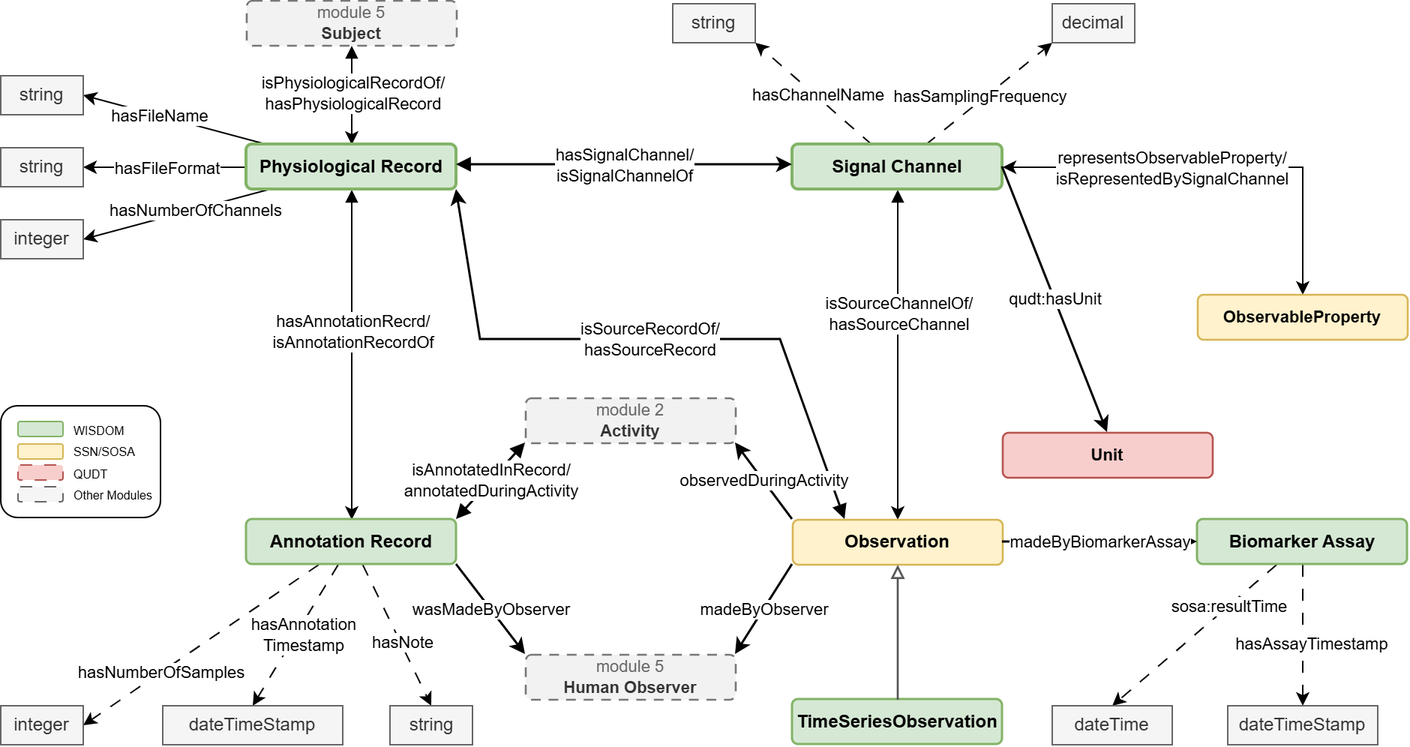
This is OntologyDiagramms/Module6_recordings.png from BurbachS/WISDOM, a draw.io export, as it was before one commit. Source tidied: cells renumbered, new cells last; positions are measured from the earlier drawing's top-left corner, leaving out a move shared by most shapes.
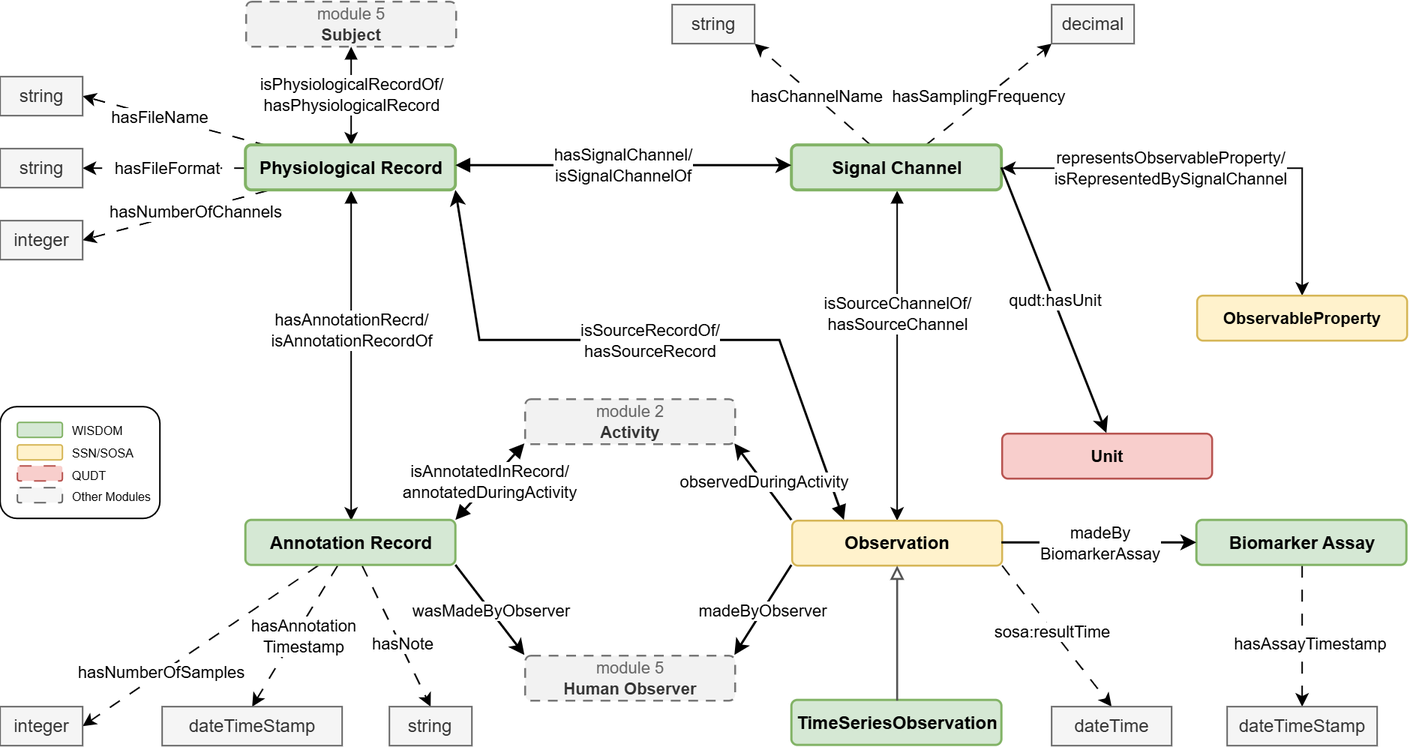
The same diagram one commit later.

Diff of the diagram source:
```diff
@@ -17,13 +17,13 @@
     <mxCell id="6" value="hasAnnotationRecrd/&lt;div&gt;isAnnotationRecordOf&lt;/div&gt;" style="edgeLabel;html=1;align=center;verticalAlign=middle;" parent="5" vertex="1">
       <mxGeometry x="-0.15" relative="1" as="geometry" />
     </mxCell>
-    <mxCell id="7" style="rounded=0;jettySize=auto;html=1;entryX=1;entryY=0.5;entryDx=0;entryDy=0;" parent="1" edge="1" source="13" target="56">
+    <mxCell id="7" style="rounded=0;jettySize=auto;html=1;entryX=1;entryY=0.5;entryDx=0;entryDy=0;dashed=1;dashPattern=8 8;" parent="1" edge="1" source="13" target="56">
       <mxGeometry relative="1" as="geometry" />
     </mxCell>
     <mxCell id="8" value="hasFileName" style="edgeLabel;html=1;align=center;verticalAlign=middle;" parent="7" vertex="1">
       <mxGeometry x="0.17" relative="1" as="geometry" />
     </mxCell>
-    <mxCell id="9" style="rounded=0;jettySize=auto;html=1;entryX=1;entryY=0.5;entryDx=0;entryDy=0;" parent="1" edge="1" source="13" target="57">
+    <mxCell id="9" style="rounded=0;jettySize=auto;html=1;entryX=1;entryY=0.5;entryDx=0;entryDy=0;dashed=1;dashPattern=8 8;" parent="1" edge="1" source="13" target="57">
       <mxGeometry relative="1" as="geometry" />
     </mxCell>
     <mxCell id="10" value="hasFileFormat" style="edgeLabel;html=1;align=center;verticalAlign=middle;" parent="9" vertex="1">
@@ -31,7 +31,7 @@
         <mxPoint x="20" y="-1" as="offset" />
       </mxGeometry>
     </mxCell>
-    <mxCell id="11" style="rounded=0;jettySize=auto;html=1;entryX=1;entryY=0.5;entryDx=0;entryDy=0;" parent="1" edge="1" source="13" target="58">
+    <mxCell id="11" style="rounded=0;jettySize=auto;html=1;entryX=1;entryY=0.5;entryDx=0;entryDy=0;dashed=1;dashPattern=8 8;" parent="1" edge="1" source="13" target="58">
       <mxGeometry relative="1" as="geometry" />
     </mxCell>
     <mxCell id="12" value="hasNumberOfChannels" style="edgeLabel;html=1;align=center;verticalAlign=middle;" parent="11" vertex="1">
@@ -116,12 +116,12 @@
     <mxCell id="35" value="&lt;span&gt;TimeSeriesObservation&lt;/span&gt;" style="shape=rectangle;rounded=1;absoluteArcSize=1;arcSize=8;whiteSpace=wrap;html=1;align=center;verticalAlign=middle;fillColor=#d5e8d4;strokeColor=#82b366;strokeWidth=1.5;fontSize=12;spacing=5;fontStyle=1;" parent="1" vertex="1">
       <mxGeometry x="528" y="466" width="140" height="30" as="geometry" />
     </mxCell>
-    <mxCell id="36" style="rounded=0;jettySize=auto;html=1;entryX=0.5;entryY=0;entryDx=0;entryDy=0;dashed=1;dashPattern=8 8;" parent="1" edge="1" source="40" target="55">
+    <mxCell id="36" style="rounded=0;jettySize=auto;html=1;entryX=0.5;entryY=0;entryDx=0;entryDy=0;dashed=1;dashPattern=8 8;exitX=1;exitY=1;exitDx=0;exitDy=0;" parent="1" edge="1" source="32" target="55">
       <mxGeometry relative="1" as="geometry" />
     </mxCell>
     <mxCell id="37" value="sosa:resultTime" style="edgeLabel;html=1;align=center;verticalAlign=middle;" parent="36" vertex="1">
       <mxGeometry x="-0.12" relative="1" as="geometry">
-        <mxPoint x="16" y="-14" as="offset" />
+        <mxPoint x="1" y="3" as="offset" />
       </mxGeometry>
     </mxCell>
     <mxCell id="38" style="rounded=0;jettySize=auto;html=1;dashed=1;dashPattern=8 8;" parent="1" edge="1" source="40" target="50">
@@ -158,7 +158,7 @@
     <mxCell id="46" value="&lt;span style=&quot;color: rgb(0, 0, 0);&quot;&gt;&lt;font style=&quot;font-size: 11px;&quot;&gt;madeByObserver&lt;/font&gt;&lt;/span&gt;" style="edgeStyle=none;rounded=0;html=1;strokeColor=#000000;strokeWidth=1.5;endArrow=classic;endFill=1;fontSize=9;fontColor=#0B4F7A;labelBackgroundColor=#FFFFFF;exitX=0;exitY=1;entryX=1;entryY=0;entryDx=0;entryDy=0;exitDx=0;exitDy=0;" parent="1" edge="1" source="32" target="34">
       <mxGeometry relative="1" as="geometry" />
     </mxCell>
-    <mxCell id="47" value="&lt;span style=&quot;color: rgb(0, 0, 0);&quot;&gt;&lt;font style=&quot;font-size: 11px;&quot;&gt;madeByBiomarkerAssay&lt;/font&gt;&lt;/span&gt;" style="edgeStyle=none;rounded=0;html=1;strokeColor=#000000;strokeWidth=1.5;endArrow=classic;endFill=1;fontSize=9;fontColor=#0B4F7A;labelBackgroundColor=#FFFFFF;exitX=1;exitY=0.5;entryX=0;entryY=0.5;exitDx=0;exitDy=0;entryDx=0;entryDy=0;" parent="1" edge="1" source="32" target="40">
+    <mxCell id="47" value="&lt;span style=&quot;color: rgb(0, 0, 0);&quot;&gt;&lt;font style=&quot;font-size: 11px;&quot;&gt;madeBy&lt;/font&gt;&lt;/span&gt;&lt;div&gt;&lt;span style=&quot;color: rgb(0, 0, 0);&quot;&gt;&lt;font style=&quot;font-size: 11px;&quot;&gt;BiomarkerAssay&lt;/font&gt;&lt;/span&gt;&lt;/div&gt;" style="edgeStyle=none;rounded=0;html=1;strokeColor=#000000;strokeWidth=1.5;endArrow=classic;endFill=1;fontSize=9;fontColor=#0B4F7A;labelBackgroundColor=#FFFFFF;exitX=1;exitY=0.5;entryX=0;entryY=0.5;exitDx=0;exitDy=0;entryDx=0;entryDy=0;" parent="1" edge="1" source="32" target="40">
       <mxGeometry x="0.01" relative="1" as="geometry" />
     </mxCell>
     <mxCell id="48" value="&lt;span style=&quot;color: light-dark(rgb(0, 0, 0), rgb(130, 189, 226));&quot;&gt;&lt;font style=&quot;font-size: 11px;&quot;&gt;isAnnotatedInRecord&lt;span style=&quot;background-color: light-dark(rgb(255, 255, 255), rgb(18, 18, 18));&quot;&gt;/&lt;/span&gt;&lt;/font&gt;&lt;/span&gt;&lt;div&gt;&lt;span style=&quot;background-color: light-dark(rgb(255, 255, 255), rgb(18, 18, 18)); color: light-dark(rgb(0, 0, 0), rgb(130, 189, 226));&quot;&gt;&lt;font style=&quot;font-size: 11px;&quot;&gt;annotatedDuringActivity&lt;/font&gt;&lt;/span&gt;&lt;/div&gt;" style="edgeStyle=none;rounded=0;html=1;strokeColor=#000000;strokeWidth=1.5;endArrow=block;endFill=1;fontSize=9;fontColor=#0B4F7A;labelBackgroundColor=#FFFFFF;exitX=1;exitY=0;startArrow=block;startFill=1;exitDx=0;exitDy=0;entryX=0;entryY=1;entryDx=0;entryDy=0;" parent="1" edge="1" source="31" target="33">
```
